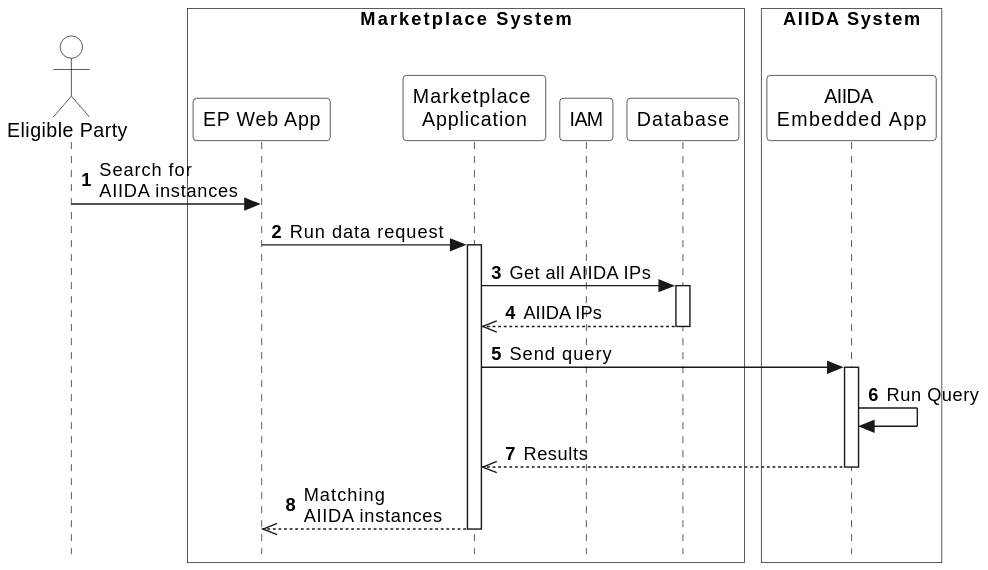
Before: arc42/marketplace/runtime-view/figures/marketplace-check-aiida.svg, a diagram exported from PlantUML (eddie-energy/architecture).
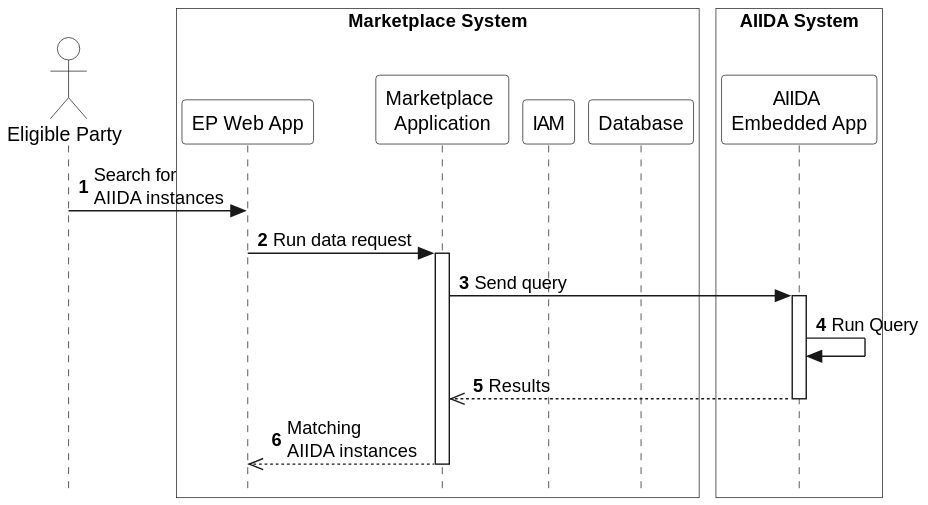
The same file after the commit.

Commit message:
Resolve #104: adjusted Marketplace behaviors

Change to the diagram source:
```diff
@@ -23,10 +23,6 @@
 ep -> app : Search for \nAIIDA instances
 app -> marketplace : Run data request
 activate marketplace
-marketplace -> database : Get all AIIDA IPs
-activate database
-database -->> marketplace : AIIDA IPs
-deactivate database
 marketplace -> aiida : Send query
 activate aiida
 aiida -> aiida : Run Query
```
